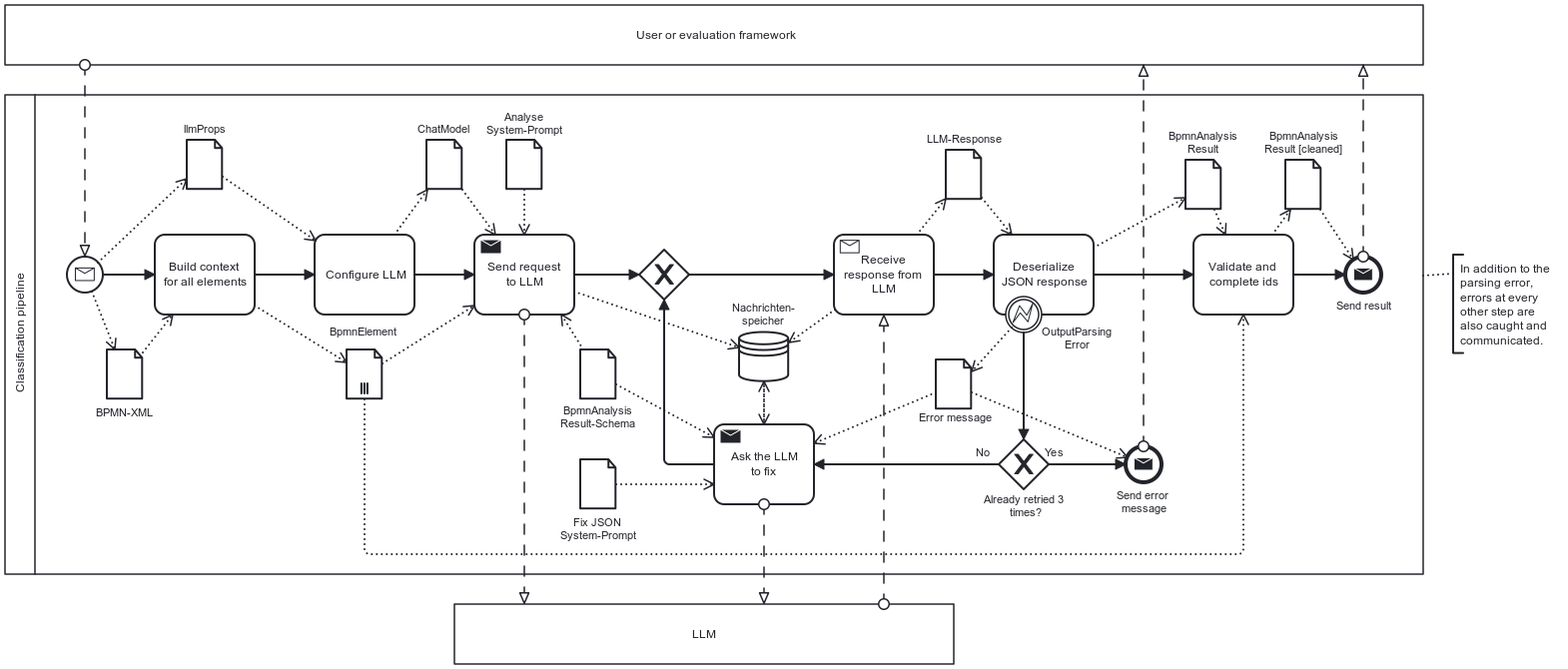
Above: thesis/images/classification/classification-pipeline-diagram-en.png in MertenD/gripl-master-thesis (BPMN), before the change. Its source is kept beside it as thesis/images/classification/classification-pipeline-diagram-en.bpmn. Ids are renumbered.
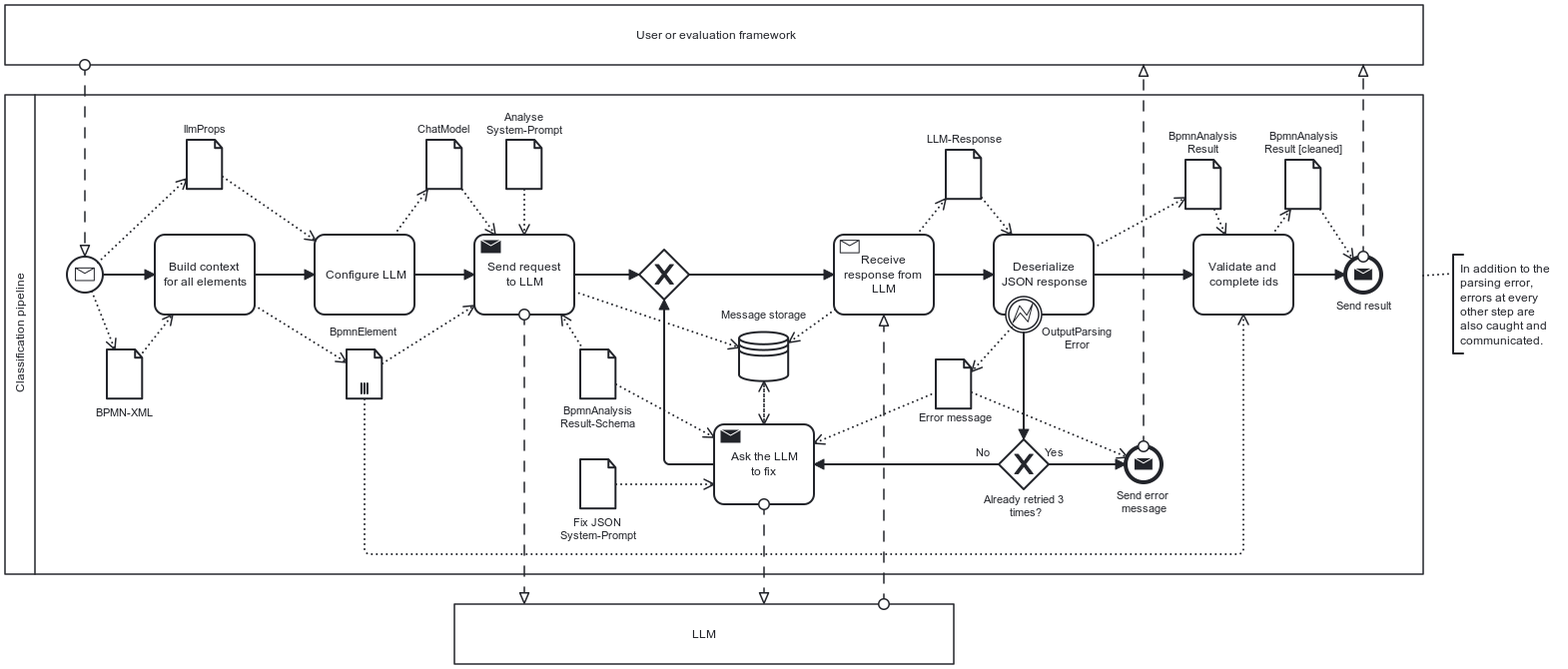
After the change.

Commit message:
Translate storage in bpmn diagram

Change to the diagram source:
```diff
@@ -141,7 +141,7 @@
     </bpmn:receiveTask>
     <bpmn:dataObjectReference id="DataObjectReference_n71" name="Error message" dataObjectRef="DataObject_n79" />
     <bpmn:dataObject id="DataObject_n79" />
-    <bpmn:dataStoreReference id="DataStoreReference_n49" name="Nachrichten-&#10;speicher" />
+    <bpmn:dataStoreReference id="DataStoreReference_n49" name="Message storage" />
     <bpmn:boundaryEvent id="Event_n80" name="OutputParsing&#10;Error" attachedToRef="Activity_n57">
       <bpmn:outgoing>Flow_n66</bpmn:outgoing>
       <bpmn:dataOutputAssociation id="DataOutputAssociation_n81">
@@ -287,7 +287,7 @@
       <bpmndi:BPMNShape id="DataStoreReference_n49_di" bpmnElement="DataStoreReference_n49">
         <dc:Bounds x="895" y="407" width="50" height="50" />
         <bpmndi:BPMNLabel>
-          <dc:Bounds x="888" y="376.5" width="63" height="27" />
+          <dc:Bounds x="877" y="384" width="85" height="14" />
         </bpmndi:BPMNLabel>
       </bpmndi:BPMNShape>
       <bpmndi:BPMNShape id="DataObjectReference_n62_di" bpmnElement="DataObjectReference_n62">
```
